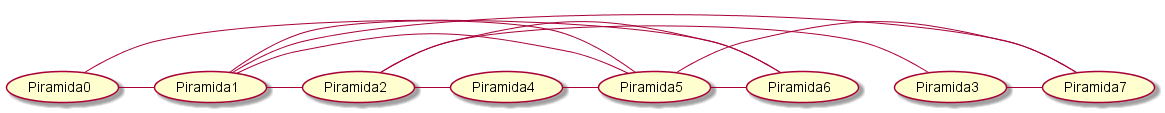
The PlantUML diagram uml.png in ignisyooo/MATH_graphs, before a commit.
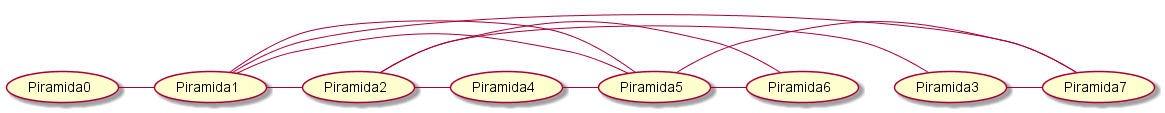
Later version of the same file.

Diff of the diagram source:
```diff
@@ -1,6 +1,5 @@
 @startuml
 (Piramida0) - (Piramida1)
-(Piramida0) - (Piramida6)
 (Piramida1) - (Piramida2)
 (Piramida1) - (Piramida5)
 (Piramida1) - (Piramida7)
```
